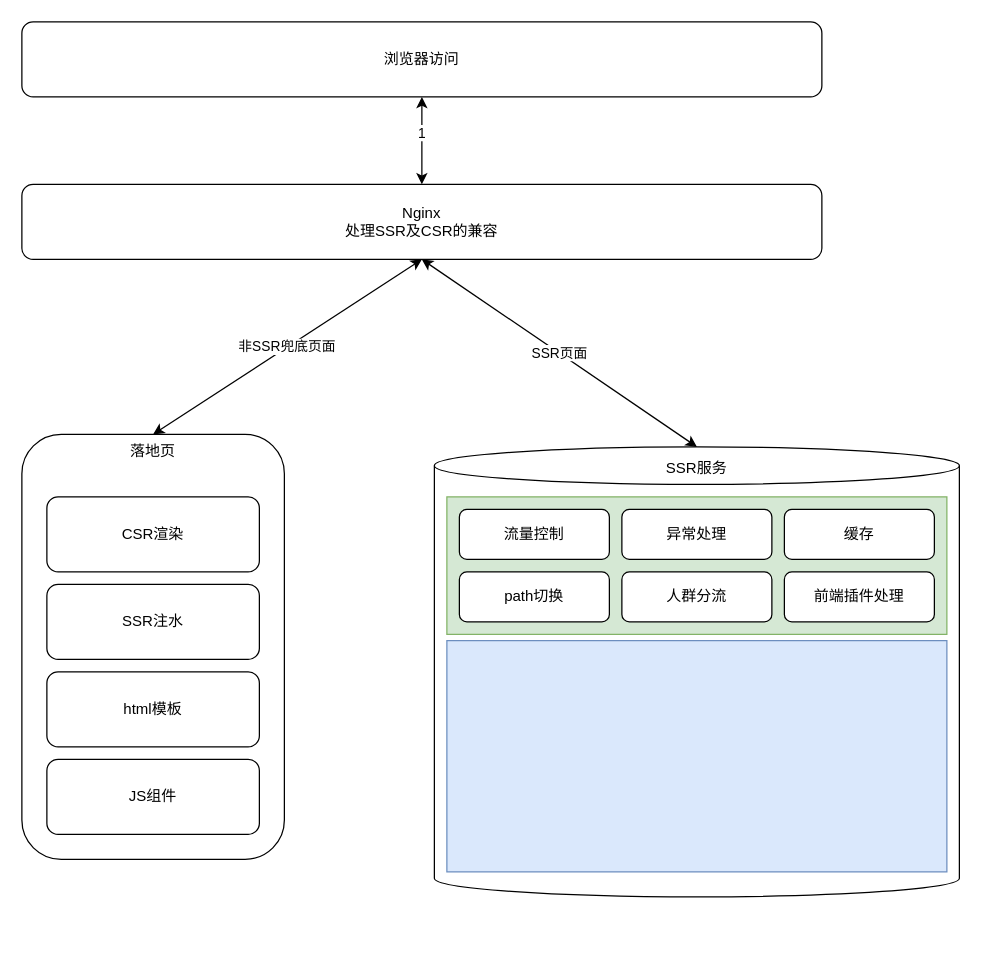
nicejacket/uml keeps this draw.io diagram as Untitled Diagram.drawio. Above is the earlier version. Source tidied: cells renumbered, new cells numbered last; positions are measured from the earlier drawing's top-left corner, leaving out a move shared by most shapes. Both pictures are drawn from the tidied source at 125%, with x=0, y=0 at pixel (21, 21).
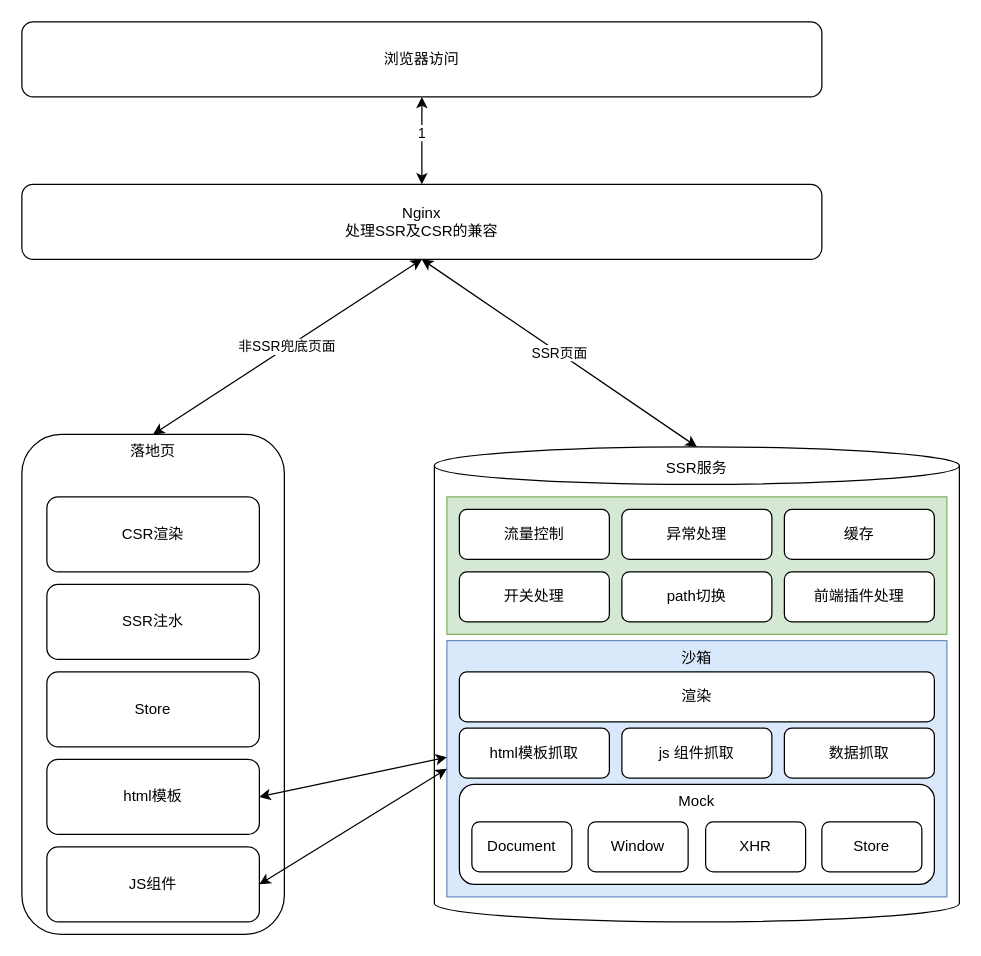
After the change.

What changed in the source:
```diff
@@
     <mxCell id="3" value="落地页" style="rounded=1;whiteSpace=wrap;html=1;horizontal=1;verticalAlign=top;" parent="1" vertex="1">
-      <mxGeometry y="330" width="210" height="340" as="geometry" />
+      <mxGeometry y="330" width="210" height="400" as="geometry" />
     </mxCell>
@@
     <mxCell id="11" value="html模板" style="rounded=1;whiteSpace=wrap;html=1;verticalAlign=middle;" parent="1" vertex="1">
-      <mxGeometry x="20" y="520" width="170" height="60" as="geometry" />
+      <mxGeometry x="20" y="590" width="170" height="60" as="geometry" />
     </mxCell>
     <mxCell id="12" value="JS组件" style="rounded=1;whiteSpace=wrap;html=1;verticalAlign=middle;" parent="1" vertex="1">
-      <mxGeometry x="20" y="590" width="170" height="60" as="geometry" />
+      <mxGeometry x="20" y="660" width="170" height="60" as="geometry" />
     </mxCell>
     <mxCell id="13" style="shape=cylinder3;whiteSpace=wrap;html=1;boundedLbl=1;backgroundOutline=1;size=15;verticalAlign=top;" parent="1" vertex="1">
-      <mxGeometry x="330" y="340" width="420" height="360" as="geometry" />
+      <mxGeometry x="330" y="340" width="420" height="380" as="geometry" />
     </mxCell>
@@
     <mxCell id="19" value="path切换" style="rounded=1;whiteSpace=wrap;html=1;verticalAlign=middle;" parent="1" vertex="1">
-      <mxGeometry x="350" y="440" width="120" height="40" as="geometry" />
+      <mxGeometry x="480" y="440" width="120" height="40" as="geometry" />
     </mxCell>
-    <mxCell id="20" value="人群分流" style="rounded=1;whiteSpace=wrap;html=1;verticalAlign=middle;" parent="1" vertex="1">
-      <mxGeometry x="480" y="440" width="120" height="40" as="geometry" />
+    <mxCell id="20" value="开关处理" style="rounded=1;whiteSpace=wrap;html=1;verticalAlign=middle;" parent="1" vertex="1">
+      <mxGeometry x="350" y="440" width="120" height="40" as="geometry" />
     </mxCell>
@@
-    <mxCell id="22" style="rounded=0;whiteSpace=wrap;html=1;verticalAlign=middle;fillColor=#dae8fc;strokeColor=#6c8ebf;" parent="1" vertex="1">
-      <mxGeometry x="340" y="495" width="400" height="185" as="geometry" />
+    <mxCell id="22" value="沙箱" style="rounded=0;whiteSpace=wrap;html=1;verticalAlign=top;fillColor=#dae8fc;strokeColor=#6c8ebf;" parent="1" vertex="1">
+      <mxGeometry x="340" y="495" width="400" height="205" as="geometry" />
     </mxCell>
+    <mxCell id="23" value="Mock" style="rounded=1;whiteSpace=wrap;html=1;verticalAlign=top;" parent="1" vertex="1">
+      <mxGeometry x="350" y="610" width="380" height="80" as="geometry" />
+    </mxCell>
+    <mxCell id="24" value="渲染" style="rounded=1;whiteSpace=wrap;html=1;verticalAlign=middle;" parent="1" vertex="1">
+      <mxGeometry x="350" y="520" width="380" height="40" as="geometry" />
+    </mxCell>
+    <mxCell id="25" value="html模板抓取" style="rounded=1;whiteSpace=wrap;html=1;verticalAlign=middle;" parent="1" vertex="1">
+      <mxGeometry x="350" y="565" width="120" height="40" as="geometry" />
+    </mxCell>
+    <mxCell id="26" value="js 组件抓取" style="rounded=1;whiteSpace=wrap;html=1;verticalAlign=middle;" parent="1" vertex="1">
+      <mxGeometry x="480" y="565" width="120" height="40" as="geometry" />
+    </mxCell>
+    <mxCell id="27" value="数据抓取" style="rounded=1;whiteSpace=wrap;html=1;verticalAlign=middle;" parent="1" vertex="1">
+      <mxGeometry x="610" y="565" width="120" height="40" as="geometry" />
+    </mxCell>
+    <mxCell id="28" value="Document" style="rounded=1;whiteSpace=wrap;html=1;verticalAlign=middle;" parent="1" vertex="1">
+      <mxGeometry x="360" y="640" width="80" height="40" as="geometry" />
+    </mxCell>
+    <mxCell id="29" value="Window" style="rounded=1;whiteSpace=wrap;html=1;verticalAlign=middle;" parent="1" vertex="1">
+      <mxGeometry x="453" y="640" width="80" height="40" as="geometry" />
+    </mxCell>
+    <mxCell id="30" value="XHR" style="rounded=1;whiteSpace=wrap;html=1;verticalAlign=middle;" parent="1" vertex="1">
+      <mxGeometry x="547" y="640" width="80" height="40" as="geometry" />
+    </mxCell>
+    <mxCell id="31" value="Store" style="rounded=1;whiteSpace=wrap;html=1;verticalAlign=middle;" parent="1" vertex="1">
+      <mxGeometry x="640" y="640" width="80" height="40" as="geometry" />
+    </mxCell>
+    <mxCell id="32" value="Store" style="rounded=1;whiteSpace=wrap;html=1;verticalAlign=middle;" parent="1" vertex="1">
+      <mxGeometry x="20" y="520" width="170" height="60" as="geometry" />
+    </mxCell>
+    <mxCell id="33" style="endArrow=classic;startArrow=classic;html=1;exitX=1;exitY=0.5;exitDx=0;exitDy=0;entryX=0;entryY=0.455;entryDx=0;entryDy=0;entryPerimeter=0;" parent="1" edge="1" source="11" target="22">
+      <mxGeometry relative="1" as="geometry" />
+    </mxCell>
+    <mxCell id="34" style="endArrow=classic;startArrow=classic;html=1;exitX=1;exitY=0.5;exitDx=0;exitDy=0;entryX=0;entryY=0.5;entryDx=0;entryDy=0;" parent="1" edge="1" source="12" target="22">
+      <mxGeometry relative="1" as="geometry" />
+    </mxCell>
```
